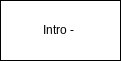
Before: WelcomeToUms.drawio.png, a diagram exported from draw.io (Adithr123/pizza). Source tidied: cells renumbered, new cells last; positions are measured from the earlier drawing's top-left corner, leaving out a move shared by most shapes.
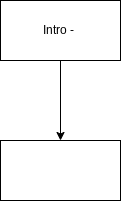
The same file after the commit.

The edit, as a diff of the source:
```diff
@@ -2,8 +2,14 @@
   <root>
     <mxCell id="0" />
     <mxCell id="1" parent="0" />
+    <mxCell id="3" style="edgeStyle=orthogonalEdgeStyle;rounded=0;jettySize=auto;html=1;" parent="1" edge="1" source="2" target="4">
+      <mxGeometry relative="1" as="geometry" />
+    </mxCell>
     <mxCell id="2" value="Intro -&amp;nbsp;" style="rounded=0;whiteSpace=wrap;html=1;" parent="1" vertex="1">
       <mxGeometry width="120" height="60" as="geometry" />
     </mxCell>
+    <mxCell id="4" style="whiteSpace=wrap;html=1;rounded=0;" parent="1" vertex="1">
+      <mxGeometry y="140" width="120" height="60" as="geometry" />
+    </mxCell>
   </root>
 </mxGraphModel>
```
